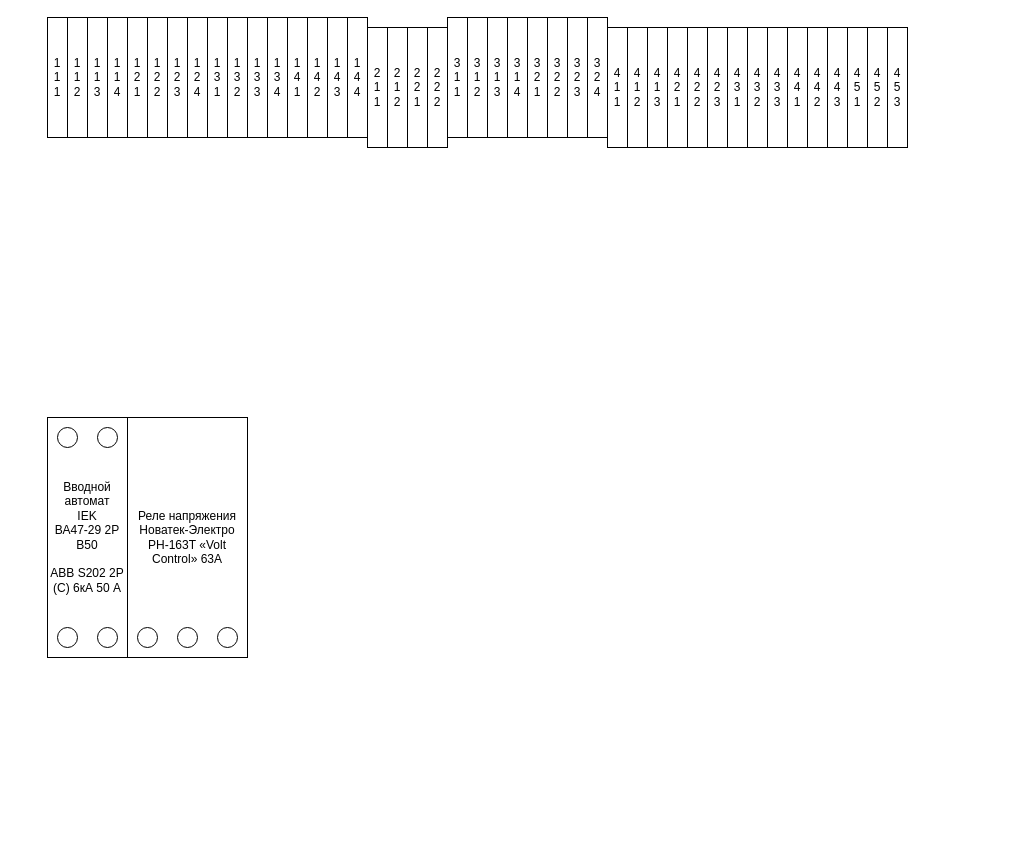
shadrinov/draws keeps this draw.io diagram as SwitchBox.drawio. Above is the earlier version. Source tidied: cells renumbered, new cells numbered last; positions are measured from the earlier drawing's top-left corner, leaving out a move shared by most shapes. Both pictures are drawn from the tidied source at 100%, with x=0, y=0 at pixel (47, 17).
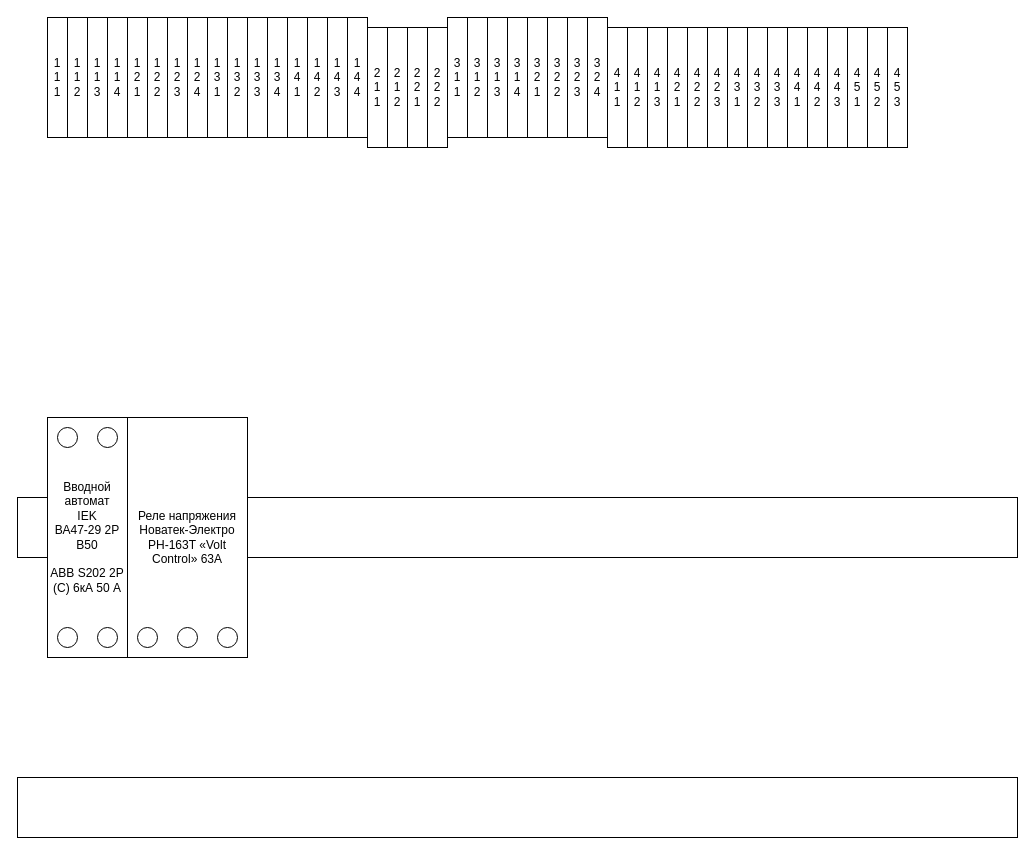
Above is the later version.

Change to the diagram source:
```diff
@@
+    <mxCell id="54" style="rounded=0;whiteSpace=wrap;html=1;" parent="1" vertex="1">
+      <mxGeometry x="-30" y="480" width="1000" height="60" as="geometry" />
+    </mxCell>
@@
+    <mxCell id="55" style="rounded=0;whiteSpace=wrap;html=1;" parent="1" vertex="1">
+      <mxGeometry x="-30" y="760" width="1000" height="60" as="geometry" />
+    </mxCell>
```
